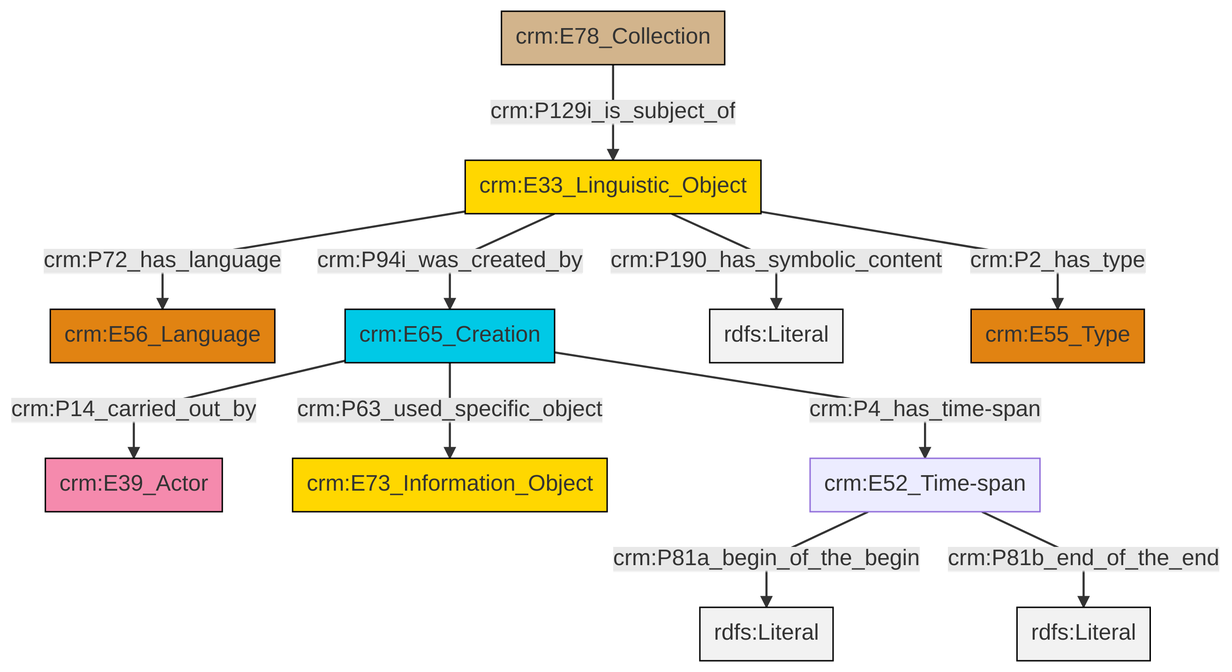
Before: et/archivalCSV/ttl/mmd/png/archival_desc.png, a diagram exported from Mermaid (swiss-art-research-net/docs.swissartresearch). Its source is kept beside it as et/archivalCSV/ttl/mmd/archival_desc.ttl.mmd.
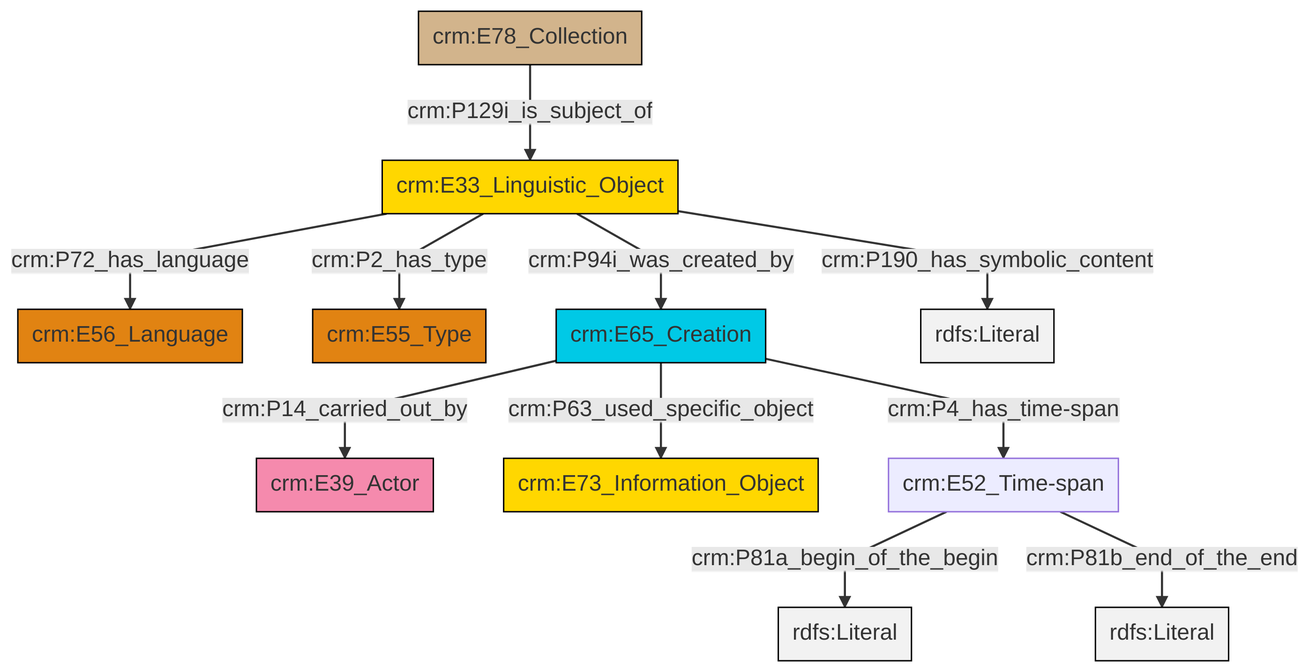
Above is the later version.

Change to the diagram source:
```diff
@@ -13,13 +13,13 @@
 classDef PC_Classes fill:#4ce600, stroke:#000000;
 classDef Multi fill:#cccccc,stroke:#000000;
 
-4["crm:E33_Linguistic_Object"]:::Conceptual_Object -->|crm:P72_has_language| 5["crm:E56_Language"]:::Type
-4["crm:E33_Linguistic_Object"]:::Conceptual_Object -->|crm:P94i_was_created_by| 6["crm:E65_Creation"]:::Temporal_Entity
-4["crm:E33_Linguistic_Object"]:::Conceptual_Object -->|crm:P190_has_symbolic_content| 7[rdfs:Literal]:::Literal
-4["crm:E33_Linguistic_Object"]:::Conceptual_Object -->|crm:P2_has_type| 8["crm:E55_Type"]:::Type
-9["crm:E52_Time-span"]:::Default -->|crm:P81a_begin_of_the_begin| 10[rdfs:Literal]:::Literal
-6["crm:E65_Creation"]:::Temporal_Entity -->|crm:P63_used_specific_object| 2["crm:E73_Information_Object"]:::Conceptual_Object
-12["crm:E78_Collection"]:::Physical_Thing -->|crm:P129i_is_subject_of| 4["crm:E33_Linguistic_Object"]:::Conceptual_Object
-6["crm:E65_Creation"]:::Temporal_Entity -->|crm:P4_has_time-span| 9["crm:E52_Time-span"]:::Default
-9["crm:E52_Time-span"]:::Default -->|crm:P81b_end_of_the_end| 17[rdfs:Literal]:::Literal
-6["crm:E65_Creation"]:::Temporal_Entity -->|crm:P14_carried_out_by| 0["crm:E39_Actor"]:::Actor
+0["crm:E33_Linguistic_Object"]:::Conceptual_Object -->|crm:P72_has_language| 1["crm:E56_Language"]:::Type
+4["crm:E78_Collection"]:::Physical_Thing -->|crm:P129i_is_subject_of| 0["crm:E33_Linguistic_Object"]:::Conceptual_Object
+12["crm:E65_Creation"]:::Temporal_Entity -->|crm:P4_has_time-span| 10["crm:E52_Time-span"]:::Default
+0["crm:E33_Linguistic_Object"]:::Conceptual_Object -->|crm:P190_has_symbolic_content| 13[rdfs:Literal]:::Literal
+12["crm:E65_Creation"]:::Temporal_Entity -->|crm:P63_used_specific_object| 8["crm:E73_Information_Object"]:::Conceptual_Object
+0["crm:E33_Linguistic_Object"]:::Conceptual_Object -->|crm:P94i_was_created_by| 12["crm:E65_Creation"]:::Temporal_Entity
+0["crm:E33_Linguistic_Object"]:::Conceptual_Object -->|crm:P2_has_type| 2["crm:E55_Type"]:::Type
+10["crm:E52_Time-span"]:::Default -->|crm:P81a_begin_of_the_begin| 16[rdfs:Literal]:::Literal
+10["crm:E52_Time-span"]:::Default -->|crm:P81b_end_of_the_end| 17[rdfs:Literal]:::Literal
+12["crm:E65_Creation"]:::Temporal_Entity -->|crm:P14_carried_out_by| 6["crm:E39_Actor"]:::Actor
```
